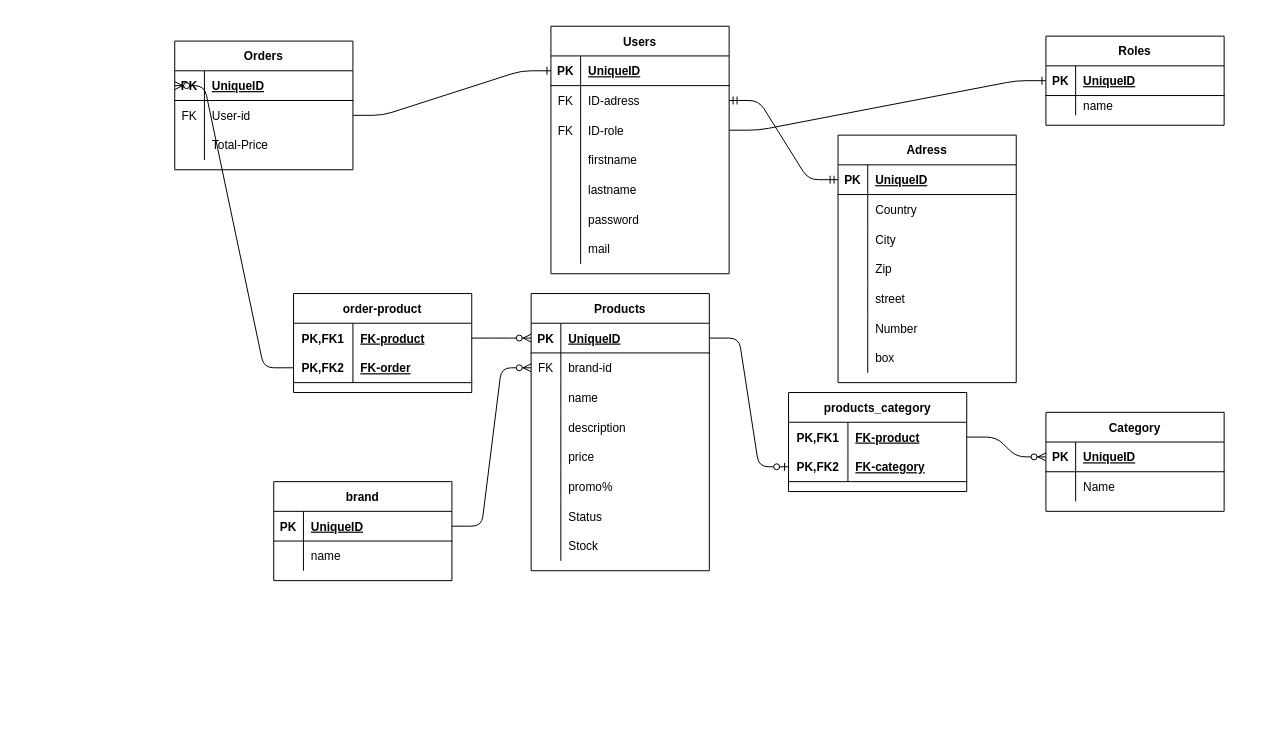
Above: schema.drawio in MCSKTLZ/Labo-web-shop (draw.io), before the change. Source tidied: cells renumbered, new cells numbered last; positions are measured from the earlier drawing's top-left corner, leaving out a move shared by most shapes. Both pictures are drawn from the tidied source at 99%, with x=0, y=0 at pixel (174, 26).
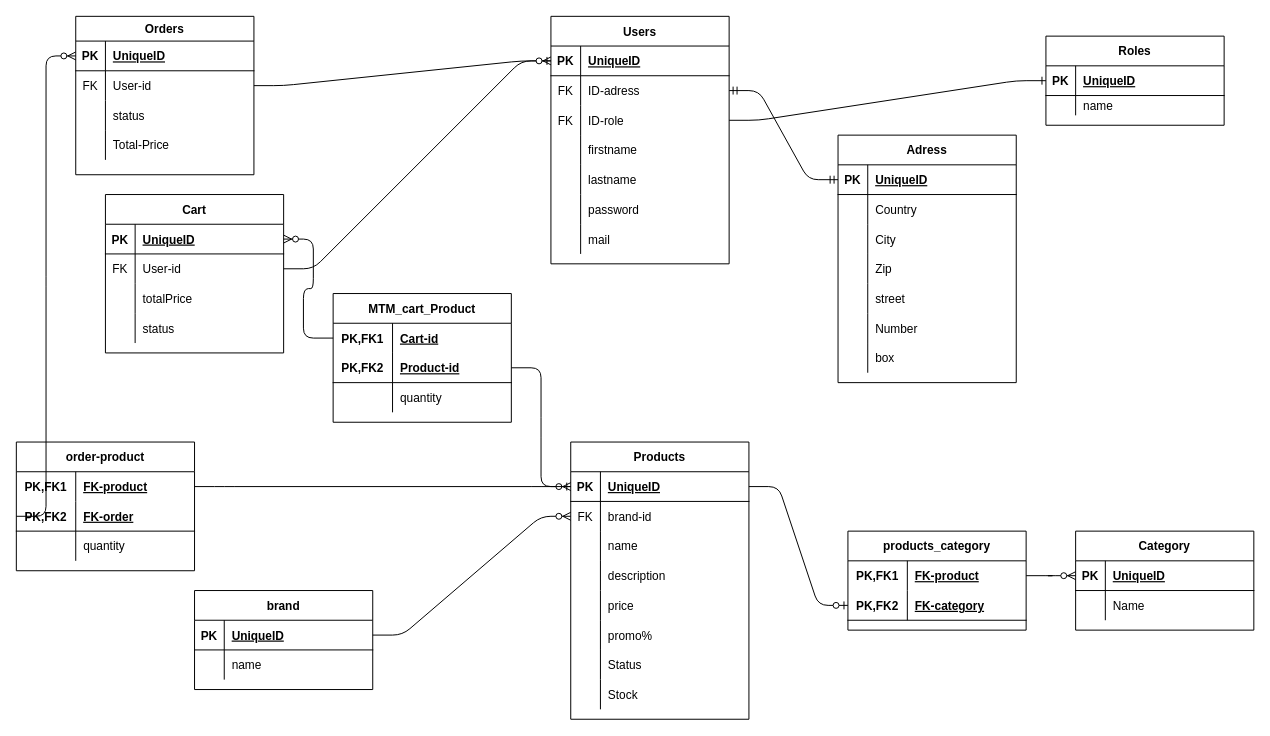
After the change.

Commit message (it also covers changes not shown here):
Add cart table + cart_product table

Unchanged cells that the change refers to:
```xml
<mxCell id="3" style="shape=partialRectangle;fillColor=none;top=0;left=0;bottom=1;right=0;points=[[0,0.5],[1,0.5]];portConstraint=eastwest;" parent="2" vertex="1">
  <mxGeometry y="30" width="180" height="30" as="geometry" />
</mxCell>
<mxCell id="56" style="shape=partialRectangle;fillColor=none;top=0;left=0;bottom=1;right=0;points=[[0,0.5],[1,0.5]];portConstraint=eastwest;" parent="55" vertex="1">
  <mxGeometry y="30" width="180" height="30" as="geometry" />
</mxCell>
```

What changed in the source:
```diff
@@
     <mxCell id="2" value="Users" style="shape=table;startSize=30;childLayout=tableLayout;rowLines=0;fontStyle=1;align=center;" parent="1" vertex="1">
-      <mxGeometry x="380" width="180" height="250" as="geometry" />
+      <mxGeometry x="380" y="-10" width="180" height="250" as="geometry" />
     </mxCell>
@@
     <mxCell id="55" value="Products" style="shape=table;startSize=30;childLayout=tableLayout;rowLines=0;fontStyle=1;align=center;" parent="1" vertex="1">
-      <mxGeometry x="360" y="270" width="180" height="280" as="geometry" />
+      <mxGeometry x="400" y="420" width="180" height="280" as="geometry" />
     </mxCell>
@@
-    <mxCell id="80" value="Orders" style="shape=table;startSize=30;childLayout=tableLayout;rowLines=0;fontStyle=1;align=center;" parent="1" vertex="1">
-      <mxGeometry y="15" width="180" height="130" as="geometry" />
+    <mxCell id="80" value="Orders" style="shape=table;startSize=25;childLayout=tableLayout;rowLines=0;fontStyle=1;align=center;" parent="1" vertex="1">
+      <mxGeometry x="-100" y="-10" width="180" height="160" as="geometry" />
     </mxCell>
     <mxCell id="81" style="shape=partialRectangle;fillColor=none;top=0;left=0;bottom=1;right=0;points=[[0,0.5],[1,0.5]];portConstraint=eastwest;" parent="80" vertex="1">
-      <mxGeometry y="30" width="180" height="30" as="geometry" />
+      <mxGeometry y="25" width="180" height="30" as="geometry" />
     </mxCell>
@@
     <mxCell id="84" style="shape=partialRectangle;fillColor=none;top=0;left=0;bottom=0;right=0;points=[[0,0.5],[1,0.5]];portConstraint=eastwest;" parent="80" vertex="1">
-      <mxGeometry y="60" width="180" height="30" as="geometry" />
+      <mxGeometry y="55" width="180" height="30" as="geometry" />
     </mxCell>
@@
+    <mxCell id="124" style="shape=partialRectangle;fillColor=none;top=0;left=0;bottom=0;right=0;" parent="80" vertex="1">
+      <mxGeometry y="85" width="180" height="30" as="geometry" />
+    </mxCell>
+    <mxCell id="125" style="shape=partialRectangle;fillColor=none;top=0;left=0;bottom=0;right=0;overflow=hidden;" parent="124" vertex="1">
+      <mxGeometry width="30" height="30" as="geometry" />
+    </mxCell>
+    <mxCell id="126" value="status" style="shape=partialRectangle;fillColor=none;top=0;left=0;bottom=0;right=0;align=left;spacingLeft=6;overflow=hidden;" parent="124" vertex="1">
+      <mxGeometry x="30" width="150" height="30" as="geometry" />
+    </mxCell>
     <mxCell id="87" style="shape=partialRectangle;fillColor=none;top=0;left=0;bottom=0;right=0;" parent="80" vertex="1">
-      <mxGeometry y="90" width="180" height="30" as="geometry" />
+      <mxGeometry y="115" width="180" height="30" as="geometry" />
     </mxCell>
@@
     <mxCell id="90" value="order-product" style="shape=table;startSize=30;childLayout=tableLayout;rowLines=0;fontStyle=1;align=center;" parent="1" vertex="1">
-      <mxGeometry x="120" y="270" width="180" height="100" as="geometry" />
+      <mxGeometry x="-160" y="420" width="180" height="130" as="geometry" />
     </mxCell>
@@
+    <mxCell id="127" style="shape=partialRectangle;fillColor=none;top=0;left=0;bottom=0;right=0;" parent="90" vertex="1">
+      <mxGeometry y="90" width="180" height="30" as="geometry" />
+    </mxCell>
+    <mxCell id="128" style="shape=partialRectangle;fillColor=none;top=0;left=0;bottom=0;right=0;overflow=hidden;" parent="127" vertex="1">
+      <mxGeometry width="60" height="30" as="geometry" />
+    </mxCell>
+    <mxCell id="129" value="quantity" style="shape=partialRectangle;fillColor=none;top=0;left=0;bottom=0;right=0;align=left;spacingLeft=6;overflow=hidden;" parent="127" vertex="1">
+      <mxGeometry x="60" width="120" height="30" as="geometry" />
+    </mxCell>
@@
     <mxCell id="98" value="Category" style="shape=table;startSize=30;childLayout=tableLayout;rowLines=0;fontStyle=1;align=center;" parent="1" vertex="1">
-      <mxGeometry x="880" y="390" width="180" height="100" as="geometry" />
+      <mxGeometry x="910" y="510" width="180" height="100" as="geometry" />
     </mxCell>
@@
     <mxCell id="107" value="products_category" style="shape=table;startSize=30;childLayout=tableLayout;rowLines=0;fontStyle=1;align=center;" parent="1" vertex="1">
-      <mxGeometry x="620" y="370" width="180" height="100" as="geometry" />
+      <mxGeometry x="680" y="510" width="180" height="100" as="geometry" />
     </mxCell>
@@
     <mxCell id="116" value="brand" style="shape=table;startSize=30;childLayout=tableLayout;rowLines=0;fontStyle=1;align=center;" parent="1" vertex="1">
-      <mxGeometry x="100" y="460" width="180" height="100" as="geometry" />
+      <mxGeometry x="20" y="570" width="180" height="100" as="geometry" />
     </mxCell>
@@
+    <mxCell id="130" value="Cart" style="shape=table;startSize=30;childLayout=tableLayout;rowLines=0;fontStyle=1;align=center;" parent="1" vertex="1">
+      <mxGeometry x="-70" y="170" width="180" height="160" as="geometry" />
+    </mxCell>
+    <mxCell id="131" style="shape=partialRectangle;fillColor=none;top=0;left=0;bottom=1;right=0;points=[[0,0.5],[1,0.5]];portConstraint=eastwest;" parent="130" vertex="1">
+      <mxGeometry y="30" width="180" height="30" as="geometry" />
+    </mxCell>
+    <mxCell id="132" value="PK" style="shape=partialRectangle;fillColor=none;top=0;left=0;bottom=0;right=0;fontStyle=1;overflow=hidden;" parent="131" vertex="1">
+      <mxGeometry width="30" height="30" as="geometry" />
+    </mxCell>
+    <mxCell id="133" value="UniqueID" style="shape=partialRectangle;fillColor=none;top=0;left=0;bottom=0;right=0;align=left;spacingLeft=6;fontStyle=5;overflow=hidden;" parent="131" vertex="1">
+      <mxGeometry x="30" width="150" height="30" as="geometry" />
+    </mxCell>
+    <mxCell id="134" style="shape=partialRectangle;fillColor=none;top=0;left=0;bottom=0;right=0;points=[[0,0.5],[1,0.5]];portConstraint=eastwest;" parent="130" vertex="1">
+      <mxGeometry y="60" width="180" height="30" as="geometry" />
+    </mxCell>
+    <mxCell id="135" value="FK" style="shape=partialRectangle;fillColor=none;top=0;left=0;bottom=0;right=0;overflow=hidden;" parent="134" vertex="1">
+      <mxGeometry width="30" height="30" as="geometry" />
+    </mxCell>
+    <mxCell id="136" value="User-id" style="shape=partialRectangle;fillColor=none;top=0;left=0;bottom=0;right=0;align=left;spacingLeft=6;overflow=hidden;" parent="134" vertex="1">
+      <mxGeometry x="30" width="150" height="30" as="geometry" />
+    </mxCell>
+    <mxCell id="137" style="shape=partialRectangle;fillColor=none;top=0;left=0;bottom=0;right=0;" parent="130" vertex="1">
+      <mxGeometry y="90" width="180" height="30" as="geometry" />
+    </mxCell>
+    <mxCell id="138" style="shape=partialRectangle;fillColor=none;top=0;left=0;bottom=0;right=0;overflow=hidden;" parent="137" vertex="1">
+      <mxGeometry width="30" height="30" as="geometry" />
+    </mxCell>
+    <mxCell id="139" value="totalPrice" style="shape=partialRectangle;fillColor=none;top=0;left=0;bottom=0;right=0;align=left;spacingLeft=6;overflow=hidden;" parent="137" vertex="1">
+      <mxGeometry x="30" width="150" height="30" as="geometry" />
+    </mxCell>
+    <mxCell id="140" style="shape=partialRectangle;fillColor=none;top=0;left=0;bottom=0;right=0;" parent="130" vertex="1">
+      <mxGeometry y="120" width="180" height="30" as="geometry" />
+    </mxCell>
+    <mxCell id="141" style="shape=partialRectangle;fillColor=none;top=0;left=0;bottom=0;right=0;overflow=hidden;" parent="140" vertex="1">
+      <mxGeometry width="30" height="30" as="geometry" />
+    </mxCell>
+    <mxCell id="142" value="status" style="shape=partialRectangle;fillColor=none;top=0;left=0;bottom=0;right=0;align=left;spacingLeft=6;overflow=hidden;" parent="140" vertex="1">
+      <mxGeometry x="30" width="150" height="30" as="geometry" />
+    </mxCell>
+    <mxCell id="143" value="MTM_cart_Product" style="shape=table;startSize=30;childLayout=tableLayout;rowLines=0;fontStyle=1;align=center;" parent="1" vertex="1">
+      <mxGeometry x="160" y="270" width="180" height="130" as="geometry" />
+    </mxCell>
+    <mxCell id="144" style="shape=partialRectangle;fillColor=none;top=0;left=0;bottom=0;right=0;points=[[0,0.5],[1,0.5]];portConstraint=eastwest;" parent="143" vertex="1">
+      <mxGeometry y="30" width="180" height="30" as="geometry" />
+    </mxCell>
+    <mxCell id="145" value="PK,FK1" style="shape=partialRectangle;fillColor=none;top=0;left=0;bottom=0;right=0;fontStyle=1;overflow=hidden;" parent="144" vertex="1">
+      <mxGeometry width="60" height="30" as="geometry" />
+    </mxCell>
+    <mxCell id="146" value="Cart-id" style="shape=partialRectangle;fillColor=none;top=0;left=0;bottom=0;right=0;align=left;spacingLeft=6;fontStyle=5;overflow=hidden;" parent="144" vertex="1">
+      <mxGeometry x="60" width="120" height="30" as="geometry" />
+    </mxCell>
+    <mxCell id="147" style="shape=partialRectangle;fillColor=none;top=0;left=0;bottom=1;right=0;points=[[0,0.5],[1,0.5]];portConstraint=eastwest;" parent="143" vertex="1">
+      <mxGeometry y="60" width="180" height="30" as="geometry" />
+    </mxCell>
+    <mxCell id="148" value="PK,FK2" style="shape=partialRectangle;fillColor=none;top=0;left=0;bottom=0;right=0;fontStyle=1;overflow=hidden;" parent="147" vertex="1">
+      <mxGeometry width="60" height="30" as="geometry" />
+    </mxCell>
+    <mxCell id="149" value="Product-id" style="shape=partialRectangle;fillColor=none;top=0;left=0;bottom=0;right=0;align=left;spacingLeft=6;fontStyle=5;overflow=hidden;" parent="147" vertex="1">
+      <mxGeometry x="60" width="120" height="30" as="geometry" />
+    </mxCell>
+    <mxCell id="150" style="shape=partialRectangle;fillColor=none;top=0;left=0;bottom=0;right=0;" parent="143" vertex="1">
+      <mxGeometry y="90" width="180" height="30" as="geometry" />
+    </mxCell>
+    <mxCell id="151" style="shape=partialRectangle;fillColor=none;top=0;left=0;bottom=0;right=0;overflow=hidden;" parent="150" vertex="1">
+      <mxGeometry width="60" height="30" as="geometry" />
+    </mxCell>
+    <mxCell id="152" value="quantity" style="shape=partialRectangle;fillColor=none;top=0;left=0;bottom=0;right=0;align=left;spacingLeft=6;overflow=hidden;" parent="150" vertex="1">
+      <mxGeometry x="60" width="120" height="30" as="geometry" />
+    </mxCell>
+    <mxCell id="153" style="edgeStyle=entityRelationEdgeStyle;fontSize=12;html=1;endArrow=ERzeroToMany;endFill=1;entryX=1;entryY=0.5;entryDx=0;entryDy=0;exitX=0;exitY=0.5;exitDx=0;exitDy=0;" parent="1" edge="1" source="144" target="131">
+      <mxGeometry relative="1" as="geometry" />
+    </mxCell>
+    <mxCell id="154" style="edgeStyle=entityRelationEdgeStyle;fontSize=12;html=1;endArrow=ERzeroToMany;endFill=1;exitX=1;exitY=0.5;exitDx=0;exitDy=0;entryX=0;entryY=0.5;entryDx=0;entryDy=0;" parent="1" edge="1" source="134" target="3">
+      <mxGeometry relative="1" as="geometry" />
+    </mxCell>
+    <mxCell id="155" style="edgeStyle=entityRelationEdgeStyle;fontSize=12;html=1;endArrow=ERone;endFill=1;exitX=1;exitY=0.5;exitDx=0;exitDy=0;entryX=0;entryY=0.5;entryDx=0;entryDy=0;" parent="1" edge="1" source="147" target="56">
+      <mxGeometry relative="1" as="geometry" />
+    </mxCell>
```
